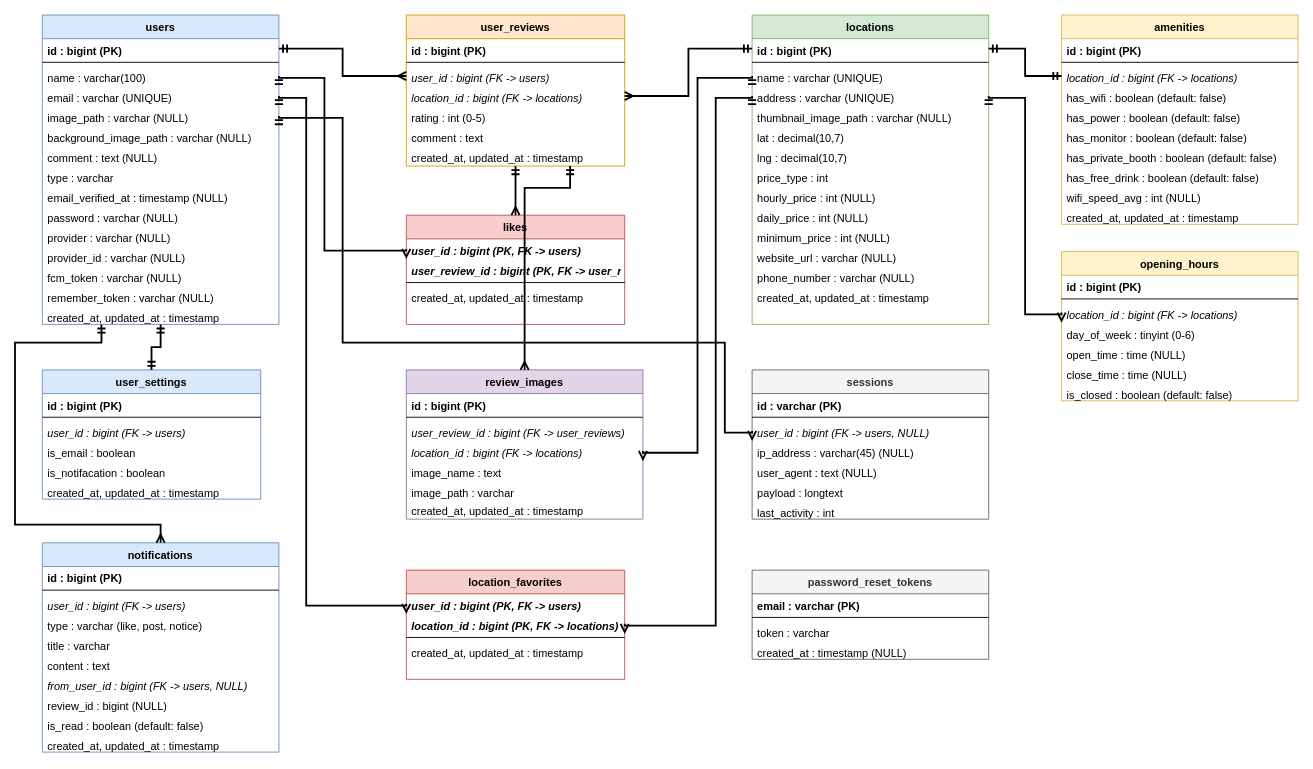
Above: ER.dio in keito0612/TechNomadSpace-web (draw.io), before the change. Source tidied: cells renumbered, new cells numbered last; positions are measured from the earlier drawing's top-left corner, leaving out a move shared by most shapes. Both pictures are drawn from the tidied source at 91%, with x=0, y=0 at pixel (15, 15).
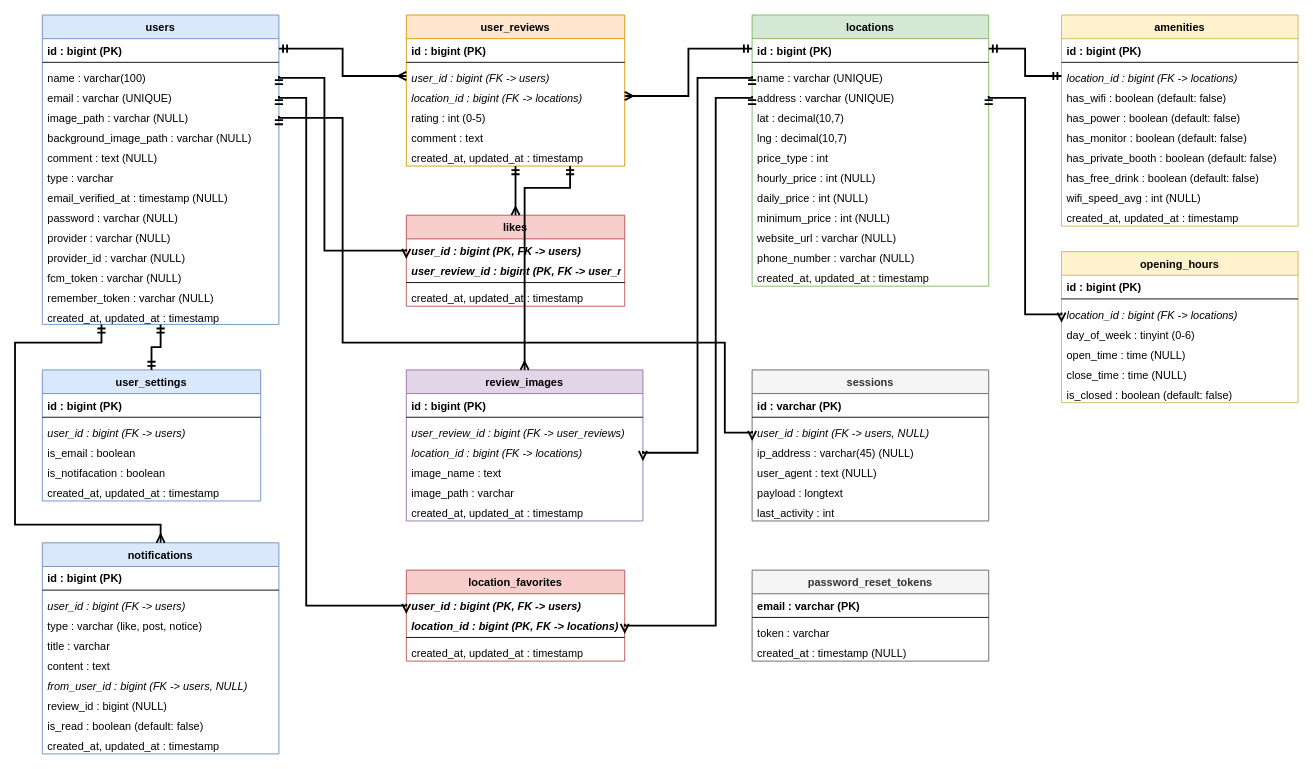
Above is the later version.

Diff of the diagram source:
```diff
@@
     <mxCell id="26" value="locations" style="swimlane;fontStyle=1;align=center;verticalAlign=top;horizontal=1;startSize=26;fillColor=#d5e8d4;strokeColor=#82b366;" parent="1" vertex="1">
-      <mxGeometry x="810" width="260" height="340" as="geometry" />
+      <mxGeometry x="810" width="260" height="298" as="geometry" />
     </mxCell>
@@
-    <mxCell id="31" value="thumbnail_image_path : varchar (NULL)" style="text;strokeColor=none;fillColor=none;align=left;verticalAlign=top;spacingLeft=4;spacingRight=4;overflow=hidden;" parent="26" vertex="1">
-      <mxGeometry y="100" width="260" height="22" as="geometry" />
-    </mxCell>
     <mxCell id="32" value="lat : decimal(10,7)" style="text;strokeColor=none;fillColor=none;align=left;verticalAlign=top;spacingLeft=4;spacingRight=4;overflow=hidden;" parent="26" vertex="1">
-      <mxGeometry y="122" width="260" height="22" as="geometry" />
+      <mxGeometry y="100" width="260" height="22" as="geometry" />
     </mxCell>
     <mxCell id="33" value="lng : decimal(10,7)" style="text;strokeColor=none;fillColor=none;align=left;verticalAlign=top;spacingLeft=4;spacingRight=4;overflow=hidden;" parent="26" vertex="1">
-      <mxGeometry y="144" width="260" height="22" as="geometry" />
+      <mxGeometry y="122" width="260" height="22" as="geometry" />
     </mxCell>
     <mxCell id="34" value="price_type : int" style="text;strokeColor=none;fillColor=none;align=left;verticalAlign=top;spacingLeft=4;spacingRight=4;overflow=hidden;" parent="26" vertex="1">
-      <mxGeometry y="166" width="260" height="22" as="geometry" />
+      <mxGeometry y="144" width="260" height="22" as="geometry" />
     </mxCell>
     <mxCell id="35" value="hourly_price : int (NULL)" style="text;strokeColor=none;fillColor=none;align=left;verticalAlign=top;spacingLeft=4;spacingRight=4;overflow=hidden;" parent="26" vertex="1">
-      <mxGeometry y="188" width="260" height="22" as="geometry" />
+      <mxGeometry y="166" width="260" height="22" as="geometry" />
     </mxCell>
     <mxCell id="36" value="daily_price : int (NULL)" style="text;strokeColor=none;fillColor=none;align=left;verticalAlign=top;spacingLeft=4;spacingRight=4;overflow=hidden;" parent="26" vertex="1">
-      <mxGeometry y="210" width="260" height="22" as="geometry" />
+      <mxGeometry y="188" width="260" height="22" as="geometry" />
     </mxCell>
     <mxCell id="37" value="minimum_price : int (NULL)" style="text;strokeColor=none;fillColor=none;align=left;verticalAlign=top;spacingLeft=4;spacingRight=4;overflow=hidden;" parent="26" vertex="1">
-      <mxGeometry y="232" width="260" height="22" as="geometry" />
+      <mxGeometry y="210" width="260" height="22" as="geometry" />
     </mxCell>
     <mxCell id="38" value="website_url : varchar (NULL)" style="text;strokeColor=none;fillColor=none;align=left;verticalAlign=top;spacingLeft=4;spacingRight=4;overflow=hidden;" parent="26" vertex="1">
-      <mxGeometry y="254" width="260" height="22" as="geometry" />
+      <mxGeometry y="232" width="260" height="22" as="geometry" />
     </mxCell>
     <mxCell id="39" value="phone_number : varchar (NULL)" style="text;strokeColor=none;fillColor=none;align=left;verticalAlign=top;spacingLeft=4;spacingRight=4;overflow=hidden;" parent="26" vertex="1">
-      <mxGeometry y="276" width="260" height="22" as="geometry" />
+      <mxGeometry y="254" width="260" height="22" as="geometry" />
     </mxCell>
     <mxCell id="40" value="created_at, updated_at : timestamp" style="text;strokeColor=none;fillColor=none;align=left;verticalAlign=top;spacingLeft=4;spacingRight=4;overflow=hidden;" parent="26" vertex="1">
-      <mxGeometry y="298" width="260" height="22" as="geometry" />
+      <mxGeometry y="276" width="260" height="22" as="geometry" />
     </mxCell>
     <mxCell id="41" value="likes" style="swimlane;fontStyle=1;align=center;verticalAlign=top;horizontal=1;startSize=26;fillColor=#f8cecc;strokeColor=#b85450;" parent="1" vertex="1">
-      <mxGeometry x="430" y="220" width="240" height="120" as="geometry" />
+      <mxGeometry x="430" y="220" width="240" height="100" as="geometry" />
     </mxCell>
@@
     <mxCell id="46" value="review_images" style="swimlane;fontStyle=1;align=center;verticalAlign=top;horizontal=1;startSize=26;fillColor=#e1d5e7;strokeColor=#9673a6;" parent="1" vertex="1">
-      <mxGeometry x="430" y="390" width="260" height="164" as="geometry" />
+      <mxGeometry x="430" y="390" width="260" height="166" as="geometry" />
     </mxCell>
@@
     <mxCell id="53" value="created_at, updated_at : timestamp" style="text;strokeColor=none;fillColor=none;align=left;verticalAlign=top;spacingLeft=4;spacingRight=4;overflow=hidden;" parent="46" vertex="1">
-      <mxGeometry y="142" width="260" height="22" as="geometry" />
+      <mxGeometry y="144" width="260" height="22" as="geometry" />
     </mxCell>
     <mxCell id="54" value="amenities" style="swimlane;fontStyle=1;align=center;verticalAlign=top;horizontal=1;startSize=26;fillColor=#fff2cc;strokeColor=#d6b656;" parent="1" vertex="1">
-      <mxGeometry x="1150" width="260" height="230" as="geometry" />
+      <mxGeometry x="1150" width="260" height="232" as="geometry" />
     </mxCell>
@@
     <mxCell id="65" value="opening_hours" style="swimlane;fontStyle=1;align=center;verticalAlign=top;horizontal=1;startSize=26;fillColor=#fff2cc;strokeColor=#d6b656;" parent="1" vertex="1">
-      <mxGeometry x="1150" y="260" width="260" height="164" as="geometry" />
+      <mxGeometry x="1150" y="260" width="260" height="166" as="geometry" />
     </mxCell>
@@
     <mxCell id="73" value="user_settings" style="swimlane;fontStyle=1;align=center;verticalAlign=top;horizontal=1;startSize=26;fillColor=#dae8fc;strokeColor=#6c8ebf;" parent="1" vertex="1">
-      <mxGeometry x="30" y="390" width="240" height="142" as="geometry" />
+      <mxGeometry x="30" y="390" width="240" height="144" as="geometry" />
     </mxCell>
@@
     <mxCell id="80" value="notifications" style="swimlane;fontStyle=1;align=center;verticalAlign=top;horizontal=1;startSize=26;fillColor=#dae8fc;strokeColor=#6c8ebf;" parent="1" vertex="1">
-      <mxGeometry x="30" y="580" width="260" height="230" as="geometry" />
+      <mxGeometry x="30" y="580" width="260" height="232" as="geometry" />
     </mxCell>
@@
     <mxCell id="91" value="location_favorites" style="swimlane;fontStyle=1;align=center;verticalAlign=top;horizontal=1;startSize=26;fillColor=#f8cecc;strokeColor=#b85450;" parent="1" vertex="1">
-      <mxGeometry x="430" y="610" width="240" height="120" as="geometry" />
+      <mxGeometry x="430" y="610" width="240" height="100" as="geometry" />
     </mxCell>
@@
     <mxCell id="96" value="sessions" style="swimlane;fontStyle=1;align=center;verticalAlign=top;horizontal=1;startSize=26;fillColor=#f5f5f5;strokeColor=#666666;fontColor=#333333;" parent="1" vertex="1">
-      <mxGeometry x="810" y="390" width="260" height="164" as="geometry" />
+      <mxGeometry x="810" y="390" width="260" height="166" as="geometry" />
     </mxCell>
@@
     <mxCell id="104" value="password_reset_tokens" style="swimlane;fontStyle=1;align=center;verticalAlign=top;horizontal=1;startSize=26;fillColor=#f5f5f5;strokeColor=#666666;fontColor=#333333;" parent="1" vertex="1">
-      <mxGeometry x="810" y="610" width="260" height="98" as="geometry" />
+      <mxGeometry x="810" y="610" width="260" height="100" as="geometry" />
     </mxCell>
```
